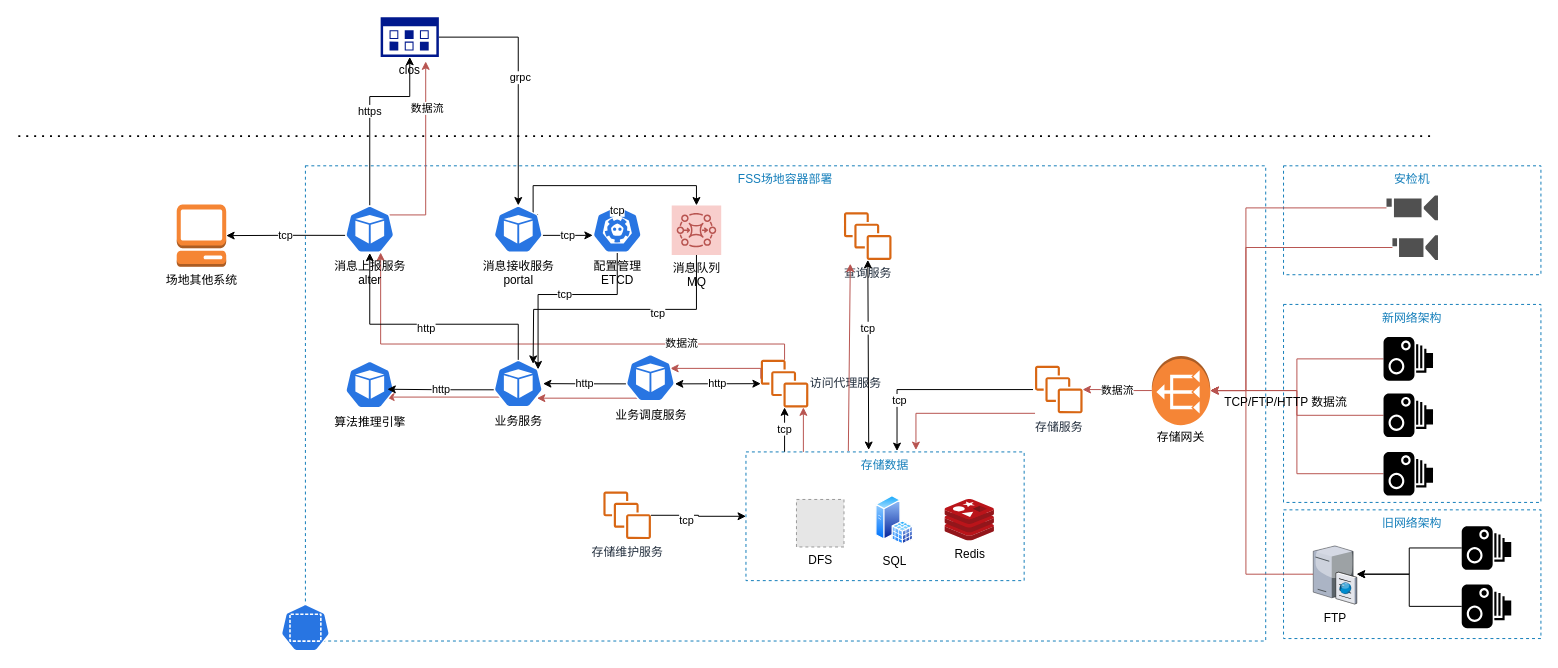
Above: 标准架构.drawio in xwkeke/MyGit (draw.io), before the change. Source tidied: cells renumbered, new cells numbered last; positions are measured from the earlier drawing's top-left corner, leaving out a move shared by most shapes. Both pictures are drawn from the tidied source at 99%, with x=0, y=0 at pixel (18, 17). Pictures stored in the file or linked from it are replaced by grey dashed boxes.
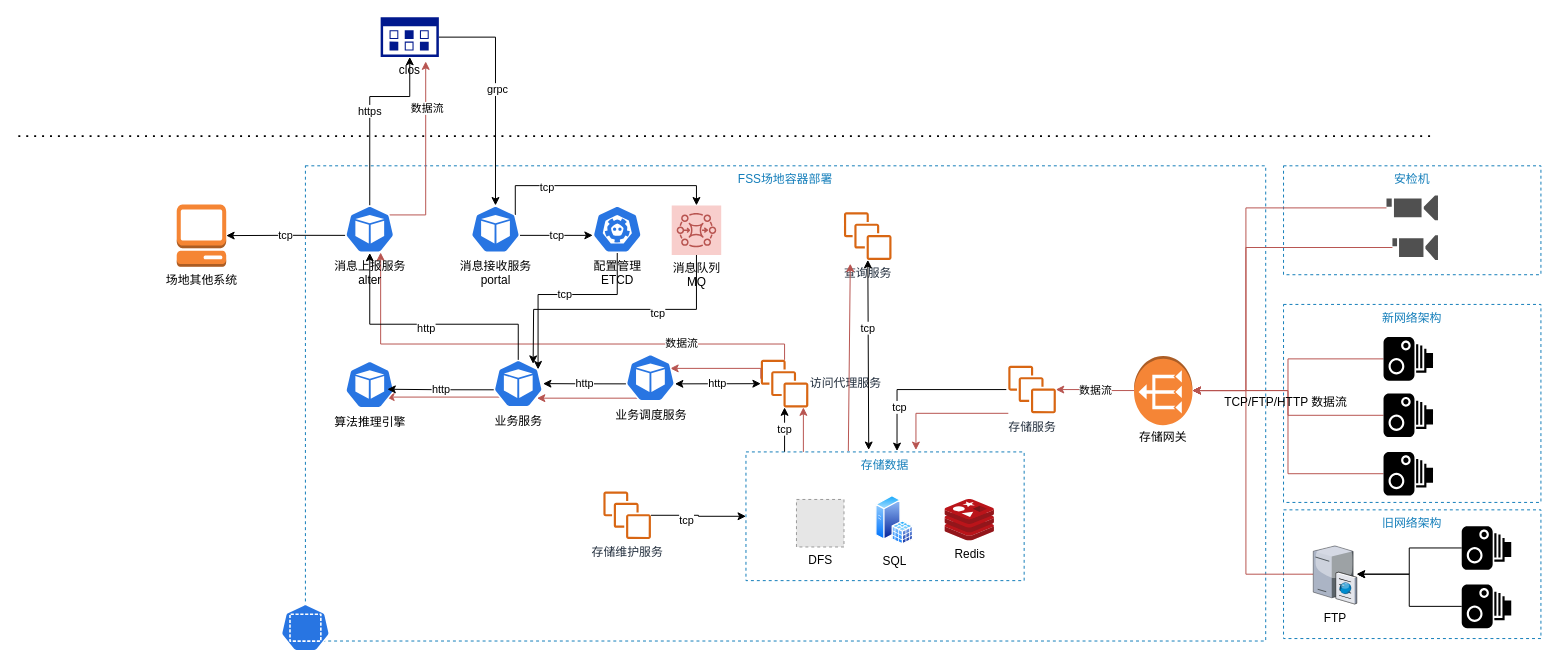
Above is the later version.

Unchanged cells that the change refers to:
```xml
<mxCell id="53" value="消息队列&lt;br&gt;MQ" style="points=[[0,0,0],[0.25,0,0],[0.5,0,0],[0.75,0,0],[1,0,0],[0,1,0],[0.25,1,0],[0.5,1,0],[0.75,1,0],[1,1,0],[0,0.25,0],[0,0.5,0],[0,0.75,0],[1,0.25,0],[1,0.5,0],[1,0.75,0]];outlineConnect=0;gradientDirection=north;dashed=0;verticalLabelPosition=bottom;verticalAlign=top;align=center;html=1;fontSize=12;fontStyle=0;shape=mxgraph.aws4.resourceIcon;resIcon=mxgraph.aws4.mq;strokeColor=#b85450;fillColor=#f8cecc;" parent="1" vertex="1">
  <mxGeometry x="660" y="190" width="50" height="50" as="geometry" />
</mxCell>
```

The edit, as a diff of the source:
```diff
@@
     <mxCell id="30" value="存储服务" style="outlineConnect=0;fontColor=#232F3E;gradientColor=none;fillColor=#D86613;strokeColor=none;dashed=0;verticalLabelPosition=bottom;verticalAlign=top;align=center;html=1;fontSize=12;fontStyle=0;shape=mxgraph.aws4.instances;" parent="1" vertex="1">
-      <mxGeometry x="1027" y="352" width="48" height="48" as="geometry" />
+      <mxGeometry x="1000" y="352" width="48" height="48" as="geometry" />
     </mxCell>
@@
     <mxCell id="34" style="group;" parent="1" vertex="1">
-      <mxGeometry x="1144" y="342" width="60" height="92" as="geometry" />
+      <mxGeometry x="1126" y="342" width="60" height="92" as="geometry" />
     </mxCell>
@@
-    <mxCell id="73" value="tcp" style="edgeStyle=orthogonalEdgeStyle;rounded=0;jettySize=auto;html=1;exitX=0.9;exitY=0.2;exitDx=0;exitDy=0;exitPerimeter=0;entryX=0.5;entryY=0;entryDx=0;entryDy=0;entryPerimeter=0;strokeColor=#000000;" parent="1" edge="1" source="74" target="53">
+    <mxCell id="73" style="edgeStyle=orthogonalEdgeStyle;rounded=0;jettySize=auto;html=1;exitX=0.9;exitY=0.2;exitDx=0;exitDy=0;exitPerimeter=0;entryX=0.5;entryY=0;entryDx=0;entryDy=0;entryPerimeter=0;strokeColor=#000000;" parent="1" edge="1" source="74" target="53">
       <mxGeometry x="-70" y="-890" as="geometry">
         <Array as="points">
-          <mxPoint x="520" y="200" />
-          <mxPoint x="520" y="170" />
+          <mxPoint x="502" y="170" />
           <mxPoint x="685" y="170" />
         </Array>
       </mxGeometry>
     </mxCell>
+    <mxCell id="78" value="tcp" style="edgeLabel;html=1;align=center;verticalAlign=middle;" parent="73" vertex="1">
+      <mxGeometry relative="1" as="geometry">
+        <mxPoint x="-55" y="1" as="offset" />
+      </mxGeometry>
+    </mxCell>
     <mxCell id="74" value="消息接收服务&lt;br&gt;portal" style="html=1;dashed=0;whitespace=wrap;fillColor=#2875E2;strokeColor=#ffffff;points=[[0.005,0.63,0],[0.1,0.2,0],[0.9,0.2,0],[0.5,0,0],[0.995,0.63,0],[0.72,0.99,0],[0.5,1,0],[0.28,0.99,0]];shape=mxgraph.kubernetes.icon;prIcon=pod;labelPosition=center;verticalLabelPosition=bottom;align=center;verticalAlign=top;" parent="1" vertex="1">
-      <mxGeometry x="480" y="190" width="50" height="48" as="geometry" />
+      <mxGeometry x="457" y="190" width="50" height="48" as="geometry" />
     </mxCell>
```
